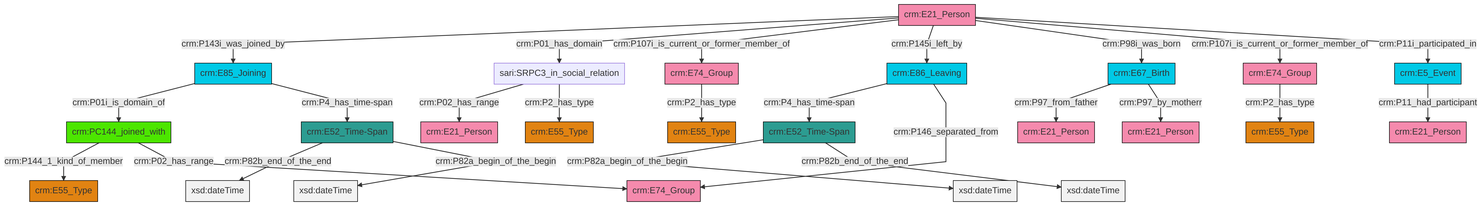
Before: et/personCSV/ttl/mmd/png/Person_Actor_Relations.png, a diagram exported from Mermaid (swiss-art-research-net/reference-data-models). Its source is kept beside it as et/personCSV/ttl/mmd/Person_Actor_Relations.ttl.mmd.
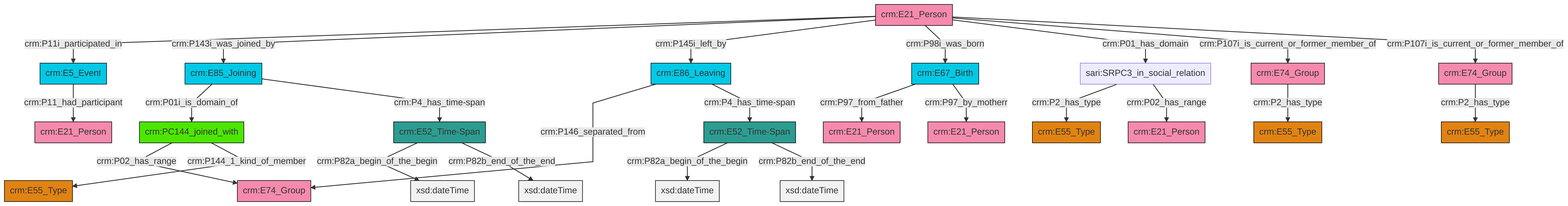
Above is the later version.

Change to the diagram source:
```diff
@@ -13,27 +13,27 @@
 classDef PC_Classes fill:#4ce600, stroke:#000000;
 classDef Multi fill:#cccccc,stroke:#000000;
 
-8["crm:E21_Person"]:::Actor -->|crm:P143i_was_joined_by| 6["crm:E85_Joining"]:::Temporal_Entity
-9["sari:SRPC3_in_social_relation"]:::Default -->|crm:P02_has_range| 10["crm:E21_Person"]:::Actor
-8["crm:E21_Person"]:::Actor -->|crm:P01_has_domain| 9["sari:SRPC3_in_social_relation"]:::Default
-16["crm:E67_Birth"]:::Temporal_Entity -->|crm:P97_from_father| 21["crm:E21_Person"]:::Actor
-2["crm:PC144_joined_with"]:::PC_Classes -->|crm:P144_1_kind_of_member| 22["crm:E55_Type"]:::Type
-11["crm:E86_Leaving"]:::Temporal_Entity -->|crm:P4_has_time-span| 26["crm:E52_Time-Span"]:::Time-Span
-6["crm:E85_Joining"]:::Temporal_Entity -->|crm:P01i_is_domain_of| 2["crm:PC144_joined_with"]:::PC_Classes
-26["crm:E52_Time-Span"]:::Time-Span -->|crm:P82a_begin_of_the_begin| 29[xsd:dateTime]:::Literal
-32["crm:E74_Group"]:::Actor -->|crm:P2_has_type| 13["crm:E55_Type"]:::Type
-33["crm:E52_Time-Span"]:::Time-Span -->|crm:P82b_end_of_the_end| 34[xsd:dateTime]:::Literal
-26["crm:E52_Time-Span"]:::Time-Span -->|crm:P82b_end_of_the_end| 35[xsd:dateTime]:::Literal
-16["crm:E67_Birth"]:::Temporal_Entity -->|crm:P97_by_motherr| 23["crm:E21_Person"]:::Actor
-8["crm:E21_Person"]:::Actor -->|crm:P107i_is_current_or_former_member_of| 0["crm:E74_Group"]:::Actor
-8["crm:E21_Person"]:::Actor -->|crm:P145i_left_by| 11["crm:E86_Leaving"]:::Temporal_Entity
-8["crm:E21_Person"]:::Actor -->|crm:P98i_was_born| 16["crm:E67_Birth"]:::Temporal_Entity
-11["crm:E86_Leaving"]:::Temporal_Entity -->|crm:P146_separated_from| 27["crm:E74_Group"]:::Actor
-33["crm:E52_Time-Span"]:::Time-Span -->|crm:P82a_begin_of_the_begin| 41[xsd:dateTime]:::Literal
-6["crm:E85_Joining"]:::Temporal_Entity -->|crm:P4_has_time-span| 33["crm:E52_Time-Span"]:::Time-Span
-0["crm:E74_Group"]:::Actor -->|crm:P2_has_type| 4["crm:E55_Type"]:::Type
-8["crm:E21_Person"]:::Actor -->|crm:P107i_is_current_or_former_member_of| 32["crm:E74_Group"]:::Actor
-18["crm:E5_Event"]:::Temporal_Entity -->|crm:P11_had_participant| 39["crm:E21_Person"]:::Actor
-2["crm:PC144_joined_with"]:::PC_Classes -->|crm:P02_has_range| 27["crm:E74_Group"]:::Actor
-8["crm:E21_Person"]:::Actor -->|crm:P11i_participated_in| 18["crm:E5_Event"]:::Temporal_Entity
-9["sari:SRPC3_in_social_relation"]:::Default -->|crm:P2_has_type| 37["crm:E55_Type"]:::Type
+0["crm:E86_Leaving"]:::Temporal_Entity -->|crm:P146_separated_from| 1["crm:E74_Group"]:::Actor
+7["crm:E21_Person"]:::Actor -->|crm:P11i_participated_in| 8["crm:E5_Event"]:::Temporal_Entity
+15["crm:E52_Time-Span"]:::Time-Span -->|crm:P82a_begin_of_the_begin| 16[xsd:dateTime]:::Literal
+19["crm:E67_Birth"]:::Temporal_Entity -->|crm:P97_from_father| 20["crm:E21_Person"]:::Actor
+7["crm:E21_Person"]:::Actor -->|crm:P143i_was_joined_by| 23["crm:E85_Joining"]:::Temporal_Entity
+17["crm:E74_Group"]:::Actor -->|crm:P2_has_type| 2["crm:E55_Type"]:::Type
+19["crm:E67_Birth"]:::Temporal_Entity -->|crm:P97_by_motherr| 9["crm:E21_Person"]:::Actor
+15["crm:E52_Time-Span"]:::Time-Span -->|crm:P82b_end_of_the_end| 27[xsd:dateTime]:::Literal
+30["crm:E52_Time-Span"]:::Time-Span -->|crm:P82a_begin_of_the_begin| 31[xsd:dateTime]:::Literal
+7["crm:E21_Person"]:::Actor -->|crm:P145i_left_by| 0["crm:E86_Leaving"]:::Temporal_Entity
+23["crm:E85_Joining"]:::Temporal_Entity -->|crm:P01i_is_domain_of| 21["crm:PC144_joined_with"]:::PC_Classes
+21["crm:PC144_joined_with"]:::PC_Classes -->|crm:P02_has_range| 1["crm:E74_Group"]:::Actor
+35["sari:SRPC3_in_social_relation"]:::Default -->|crm:P2_has_type| 11["crm:E55_Type"]:::Type
+7["crm:E21_Person"]:::Actor -->|crm:P98i_was_born| 19["crm:E67_Birth"]:::Temporal_Entity
+21["crm:PC144_joined_with"]:::PC_Classes -->|crm:P144_1_kind_of_member| 13["crm:E55_Type"]:::Type
+30["crm:E52_Time-Span"]:::Time-Span -->|crm:P82b_end_of_the_end| 37[xsd:dateTime]:::Literal
+23["crm:E85_Joining"]:::Temporal_Entity -->|crm:P4_has_time-span| 15["crm:E52_Time-Span"]:::Time-Span
+0["crm:E86_Leaving"]:::Temporal_Entity -->|crm:P4_has_time-span| 30["crm:E52_Time-Span"]:::Time-Span
+7["crm:E21_Person"]:::Actor -->|crm:P01_has_domain| 35["sari:SRPC3_in_social_relation"]:::Default
+35["sari:SRPC3_in_social_relation"]:::Default -->|crm:P02_has_range| 38["crm:E21_Person"]:::Actor
+7["crm:E21_Person"]:::Actor -->|crm:P107i_is_current_or_former_member_of| 17["crm:E74_Group"]:::Actor
+8["crm:E5_Event"]:::Temporal_Entity -->|crm:P11_had_participant| 25["crm:E21_Person"]:::Actor
+7["crm:E21_Person"]:::Actor -->|crm:P107i_is_current_or_former_member_of| 43["crm:E74_Group"]:::Actor
+43["crm:E74_Group"]:::Actor -->|crm:P2_has_type| 5["crm:E55_Type"]:::Type
```
